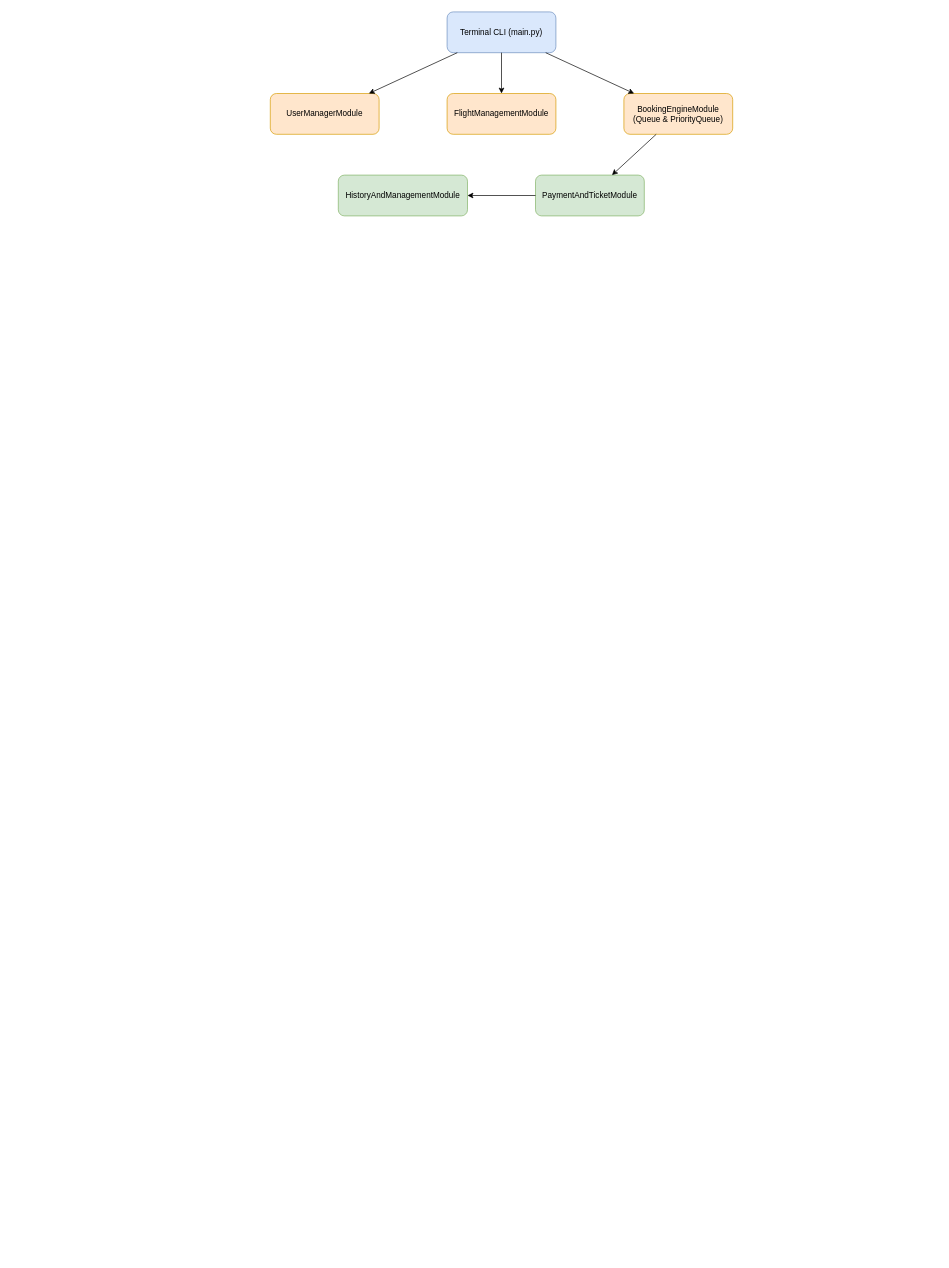
Before: pipeline.drawio in AIVIETNAM-AIO-TranNam/Flight_Booking_DSA, a draw.io diagram. Source tidied: cells renumbered, new cells numbered last; positions are measured from the earlier drawing's top-left corner, leaving out a move shared by most shapes. Both pictures are drawn from the tidied source at 68%, with x=0, y=0 at pixel (270, 12).
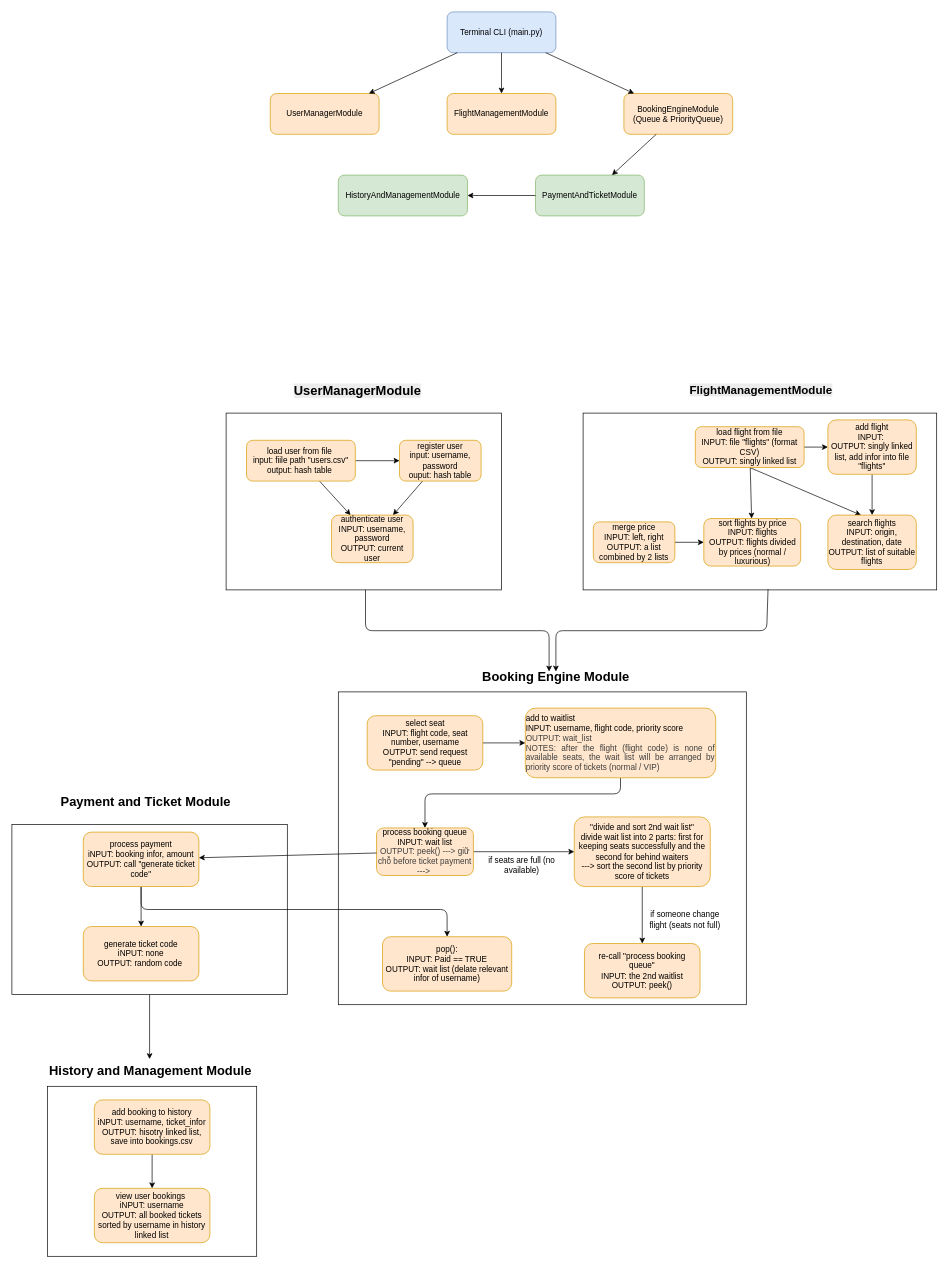
Above is the later version.

The edit, as a diff of the source:
```diff
@@
+    <mxCell id="13" style="whiteSpace=wrap;html=1;" parent="1" vertex="1">
+      <mxGeometry x="-65" y="590" width="405" height="260" as="geometry" />
+    </mxCell>
@@
+    <mxCell id="14" style="edgeStyle=none;html=1;" parent="1" edge="1" source="16" target="18">
+      <mxGeometry relative="1" as="geometry" />
+    </mxCell>
+    <mxCell id="15" style="edgeStyle=none;html=1;" parent="1" edge="1" source="16" target="19">
+      <mxGeometry relative="1" as="geometry" />
+    </mxCell>
+    <mxCell id="16" value="load user from file&amp;nbsp;&lt;br&gt;input: fiile path &quot;&lt;span style=&quot;color: rgb(0, 0, 0);&quot;&gt;users.csv&quot;&lt;/span&gt;&lt;br&gt;output: hash table&amp;nbsp;" style="rounded=1;whiteSpace=wrap;html=1;fillColor=#ffe6cc;strokeColor=#d79b00;" parent="1" vertex="1">
+      <mxGeometry x="-35" y="630" width="160" height="60" as="geometry" />
+    </mxCell>
+    <mxCell id="17" style="edgeStyle=none;html=1;" parent="1" edge="1" source="18" target="19">
+      <mxGeometry relative="1" as="geometry" />
+    </mxCell>
+    <mxCell id="18" value="register user&lt;br&gt;input: username, password&lt;br&gt;ouput: hash table" style="whiteSpace=wrap;html=1;fillColor=#ffe6cc;strokeColor=#d79b00;rounded=1;" parent="1" vertex="1">
+      <mxGeometry x="190" y="630" width="120" height="60" as="geometry" />
+    </mxCell>
+    <mxCell id="19" value="authenticate user&lt;br&gt;INPUT: username, password&lt;br&gt;OUTPUT: current user" style="whiteSpace=wrap;html=1;fillColor=#ffe6cc;strokeColor=#d79b00;rounded=1;" parent="1" vertex="1">
+      <mxGeometry x="90" y="740" width="120" height="70" as="geometry" />
+    </mxCell>
+    <mxCell id="20" value="&lt;span style=&quot;color: rgb(0, 0, 0); font-family: Helvetica; font-size: 19px; font-style: normal; font-variant-ligatures: normal; font-variant-caps: normal; letter-spacing: normal; orphans: 2; text-align: center; text-indent: 0px; text-transform: none; widows: 2; word-spacing: 0px; -webkit-text-stroke-width: 0px; white-space: normal; background-color: rgb(236, 236, 236); text-decoration-thickness: initial; text-decoration-style: initial; text-decoration-color: initial; float: none; display: inline !important;&quot;&gt;UserManagerModule&lt;/span&gt;" style="text;whiteSpace=wrap;html=1;fontSize=19;fontStyle=1;" parent="1" vertex="1">
+      <mxGeometry x="32.5" y="540" width="150" height="40" as="geometry" />
+    </mxCell>
+    <mxCell id="21" style="whiteSpace=wrap;html=1;" parent="1" vertex="1">
+      <mxGeometry x="460" y="590" width="520" height="260" as="geometry" />
+    </mxCell>
+    <mxCell id="22" style="edgeStyle=none;html=1;" parent="1" edge="1" source="25" target="27">
+      <mxGeometry relative="1" as="geometry" />
+    </mxCell>
+    <mxCell id="23" style="edgeStyle=none;html=1;entryX=0.374;entryY=0;entryDx=0;entryDy=0;entryPerimeter=0;exitX=0.5;exitY=1;exitDx=0;exitDy=0;" parent="1" edge="1" source="25" target="28">
+      <mxGeometry relative="1" as="geometry" />
+    </mxCell>
+    <mxCell id="24" style="edgeStyle=none;html=1;" parent="1" edge="1" source="25" target="30">
+      <mxGeometry relative="1" as="geometry" />
+    </mxCell>
+    <mxCell id="25" value="load flight from file&lt;br&gt;INPUT: file &quot;flights&quot; (format CSV)&lt;br&gt;OUTPUT: singly linked list" style="rounded=1;whiteSpace=wrap;html=1;fillColor=#ffe6cc;strokeColor=#d79b00;" parent="1" vertex="1">
+      <mxGeometry x="625" y="610" width="160" height="60" as="geometry" />
+    </mxCell>
+    <mxCell id="26" style="edgeStyle=none;html=1;" parent="1" edge="1" source="27" target="28">
+      <mxGeometry relative="1" as="geometry" />
+    </mxCell>
+    <mxCell id="27" value="add flight&lt;br&gt;INPUT:&amp;nbsp;&lt;br&gt;OUTPUT: singly linked list, add infor into file &quot;flights&quot;" style="whiteSpace=wrap;html=1;fillColor=#ffe6cc;strokeColor=#d79b00;rounded=1;" parent="1" vertex="1">
+      <mxGeometry x="820" y="600" width="130" height="80" as="geometry" />
+    </mxCell>
+    <mxCell id="28" value="search flights&lt;br&gt;INPUT: origin, destination, date&lt;br&gt;OUTPUT: list of suitable flights" style="whiteSpace=wrap;html=1;fillColor=#ffe6cc;strokeColor=#d79b00;rounded=1;" parent="1" vertex="1">
+      <mxGeometry x="820" y="740" width="130" height="80" as="geometry" />
+    </mxCell>
+    <mxCell id="29" value="&lt;span style=&quot;color: rgb(0, 0, 0); font-family: Helvetica; font-size: 17px; font-style: normal; font-variant-ligatures: normal; font-variant-caps: normal; letter-spacing: normal; orphans: 2; text-align: center; text-indent: 0px; text-transform: none; widows: 2; word-spacing: 0px; -webkit-text-stroke-width: 0px; white-space: normal; background-color: rgb(236, 236, 236); text-decoration-thickness: initial; text-decoration-style: initial; text-decoration-color: initial; float: none; display: inline !important;&quot;&gt;FlightManagementModule&lt;/span&gt;" style="text;whiteSpace=wrap;html=1;fontSize=17;fontStyle=1;" parent="1" vertex="1">
+      <mxGeometry x="615" y="540" width="170" height="40" as="geometry" />
+    </mxCell>
+    <mxCell id="30" value="sort flights by price&lt;br&gt;INPUT: flights&lt;div&gt;OUTPUT: flights divided by prices (normal / luxurious)&lt;/div&gt;" style="whiteSpace=wrap;html=1;fillColor=#ffe6cc;strokeColor=#d79b00;rounded=1;" parent="1" vertex="1">
+      <mxGeometry x="637.5" y="745" width="142.5" height="70" as="geometry" />
+    </mxCell>
+    <mxCell id="31" style="edgeStyle=none;html=1;" parent="1" edge="1" source="32" target="30">
+      <mxGeometry relative="1" as="geometry" />
+    </mxCell>
+    <mxCell id="32" value="merge price&lt;br&gt;INPUT: left, right&lt;div&gt;OUTPUT: a list combined by 2 lists&lt;/div&gt;" style="whiteSpace=wrap;html=1;fillColor=#ffe6cc;strokeColor=#d79b00;rounded=1;" parent="1" vertex="1">
+      <mxGeometry x="475" y="750" width="120" height="60" as="geometry" />
+    </mxCell>
+    <mxCell id="33" style="whiteSpace=wrap;html=1;" parent="1" vertex="1">
+      <mxGeometry x="100" y="1000" width="600" height="460" as="geometry" />
+    </mxCell>
+    <mxCell id="34" style="edgeStyle=none;html=1;" parent="1" edge="1" source="35" target="37">
+      <mxGeometry relative="1" as="geometry" />
+    </mxCell>
+    <mxCell id="35" value="select seat&lt;br&gt;INPUT: flight code, seat number, username&lt;div&gt;OUTPUT: send request &quot;pending&quot; --&amp;gt; queue&lt;/div&gt;" style="rounded=1;whiteSpace=wrap;html=1;fillColor=#ffe6cc;strokeColor=#d79b00;" parent="1" vertex="1">
+      <mxGeometry x="142.5" y="1035" width="170" height="80" as="geometry" />
+    </mxCell>
+    <mxCell id="36" style="edgeStyle=none;html=1;entryX=0.5;entryY=0;entryDx=0;entryDy=0;exitX=0.5;exitY=1;exitDx=0;exitDy=0;" parent="1" edge="1" source="37" target="39">
+      <mxGeometry x="0.02" relative="1" as="geometry">
+        <Array as="points">
+          <mxPoint x="515" y="1150" />
+          <mxPoint x="227.5" y="1150" />
+        </Array>
+      </mxGeometry>
+    </mxCell>
+    <mxCell id="37" value="&lt;div style=&quot;text-align: justify;&quot;&gt;&lt;span style=&quot;color: rgb(0, 0, 0);&quot;&gt;add to waitlist&lt;/span&gt;&lt;/div&gt;&lt;span style=&quot;color: rgb(0, 0, 0);&quot;&gt;&lt;div style=&quot;text-align: justify;&quot;&gt;&lt;span style=&quot;background-color: transparent;&quot;&gt;INPUT: username, flight code, priority score&lt;/span&gt;&lt;/div&gt;&lt;/span&gt;&lt;div style=&quot;text-align: justify; color: rgb(63, 63, 63); scrollbar-color: rgba(121, 121, 121, 0.4) rgb(30, 30, 30);&quot;&gt;OUTPUT: wait_list&lt;/div&gt;&lt;div style=&quot;text-align: justify; color: rgb(63, 63, 63); scrollbar-color: rgba(121, 121, 121, 0.4) rgb(30, 30, 30);&quot;&gt;NOTES: after the flight (flight code) is none of available seats, the wait list will be arranged by priority score of tickets (normal / VIP)&lt;/div&gt;" style="whiteSpace=wrap;html=1;fillColor=#ffe6cc;strokeColor=#d79b00;rounded=1;" parent="1" vertex="1">
+      <mxGeometry x="375" y="1023.8" width="280" height="102.5" as="geometry" />
+    </mxCell>
+    <mxCell id="38" style="edgeStyle=none;html=1;" parent="1" edge="1" source="39" target="44">
+      <mxGeometry relative="1" as="geometry" />
+    </mxCell>
+    <mxCell id="39" value="&lt;div&gt;&lt;span style=&quot;color: rgb(0, 0, 0);&quot;&gt;process booking queue&lt;/span&gt;&lt;/div&gt;&lt;span style=&quot;color: rgb(0, 0, 0);&quot;&gt;INPUT: wait list&lt;/span&gt;&lt;div style=&quot;color: rgb(63, 63, 63); scrollbar-color: rgba(121, 121, 121, 0.4) rgb(30, 30, 30);&quot;&gt;OUTPUT: peek() ---&amp;gt; giữ chỗ before ticket payment ---&amp;gt;&amp;nbsp;&lt;/div&gt;" style="whiteSpace=wrap;html=1;fillColor=#ffe6cc;strokeColor=#d79b00;rounded=1;" parent="1" vertex="1">
+      <mxGeometry x="156.2" y="1200" width="142.5" height="70" as="geometry" />
+    </mxCell>
+    <mxCell id="40" value="&lt;div style=&quot;text-align: center;&quot;&gt;&lt;span style=&quot;background-color: transparent;&quot;&gt;Booking Engine Module&lt;/span&gt;&lt;/div&gt;" style="text;whiteSpace=wrap;html=1;fontSize=19;fontStyle=1;fillColor=none;" parent="1" vertex="1">
+      <mxGeometry x="310" y="960" width="220" height="40" as="geometry" />
+    </mxCell>
+    <mxCell id="41" style="edgeStyle=none;html=1;exitX=0.432;exitY=1;exitDx=0;exitDy=0;exitPerimeter=0;" parent="1" edge="1">
+      <mxGeometry x="-0.74" relative="1" as="geometry">
+        <mxPoint x="140" y="850" as="sourcePoint" />
+        <mxPoint x="410" y="970" as="targetPoint" />
+        <Array as="points">
+          <mxPoint x="140" y="910" />
+          <mxPoint x="410" y="910" />
+        </Array>
+      </mxGeometry>
+    </mxCell>
+    <mxCell id="42" style="edgeStyle=none;html=1;exitX=0.523;exitY=0.996;exitDx=0;exitDy=0;exitPerimeter=0;" parent="1" edge="1" source="21">
+      <mxGeometry x="-0.74" relative="1" as="geometry">
+        <mxPoint x="420" y="970" as="targetPoint" />
+        <Array as="points">
+          <mxPoint x="730" y="910" />
+          <mxPoint x="420" y="910" />
+        </Array>
+      </mxGeometry>
+    </mxCell>
+    <mxCell id="43" style="edgeStyle=none;html=1;" parent="1" edge="1" source="44" target="46">
+      <mxGeometry relative="1" as="geometry" />
+    </mxCell>
+    <mxCell id="44" value="&lt;div&gt;&quot;divide and sort 2nd wait list&quot;&lt;/div&gt;divide wait list into 2 parts: first for keeping seats successfully and the second for behind waiters&lt;div&gt;---&amp;gt; sort the second list by priority score of tickets&lt;/div&gt;" style="whiteSpace=wrap;html=1;fillColor=#ffe6cc;strokeColor=#d79b00;rounded=1;" parent="1" vertex="1">
+      <mxGeometry x="447" y="1183.8" width="200" height="102.5" as="geometry" />
+    </mxCell>
+    <mxCell id="45" value="if seats are full (no available)" style="text;html=1;whiteSpace=wrap;strokeColor=none;fillColor=none;align=center;verticalAlign=middle;rounded=0;" parent="1" vertex="1">
+      <mxGeometry x="310" y="1240" width="120" height="30" as="geometry" />
+    </mxCell>
+    <mxCell id="46" value="re-call &quot;process booking queue&quot;&lt;br&gt;INPUT: the 2nd waitlist&lt;div&gt;OUTPUT: peek()&lt;/div&gt;" style="whiteSpace=wrap;html=1;fillColor=#ffe6cc;strokeColor=#d79b00;rounded=1;" parent="1" vertex="1">
+      <mxGeometry x="462" y="1370" width="170" height="80" as="geometry" />
+    </mxCell>
+    <mxCell id="47" value="if someone change flight (seats not full)" style="text;html=1;whiteSpace=wrap;strokeColor=none;fillColor=none;align=center;verticalAlign=middle;rounded=0;" parent="1" vertex="1">
+      <mxGeometry x="550" y="1320" width="120" height="30" as="geometry" />
+    </mxCell>
+    <mxCell id="48" style="edgeStyle=none;html=1;" parent="1" edge="1" source="49" target="61">
+      <mxGeometry relative="1" as="geometry" />
+    </mxCell>
+    <mxCell id="49" style="whiteSpace=wrap;html=1;" parent="1" vertex="1">
+      <mxGeometry x="-380" y="1195" width="405" height="250" as="geometry" />
+    </mxCell>
+    <mxCell id="50" value="&lt;div style=&quot;text-align: center;&quot;&gt;&lt;span style=&quot;background-color: transparent; font-size: 19px;&quot;&gt;&lt;b&gt;Payment and Ticket Module&lt;/b&gt;&lt;/span&gt;&lt;/div&gt;" style="text;whiteSpace=wrap;html=1;" parent="1" vertex="1">
+      <mxGeometry x="-310" y="1145" width="300" height="50" as="geometry" />
+    </mxCell>
+    <mxCell id="51" value="&lt;div&gt;generate ticket code&lt;/div&gt;iNPUT: none&lt;br&gt;OUTPUT: random code&amp;nbsp;" style="rounded=1;whiteSpace=wrap;html=1;fillColor=#ffe6cc;strokeColor=#d79b00;" parent="1" vertex="1">
+      <mxGeometry x="-275" y="1345" width="170" height="80" as="geometry" />
+    </mxCell>
+    <mxCell id="52" style="edgeStyle=none;html=1;" parent="1" edge="1" source="54" target="51">
+      <mxGeometry relative="1" as="geometry" />
+    </mxCell>
+    <mxCell id="53" style="edgeStyle=none;html=1;exitX=0.5;exitY=1;exitDx=0;exitDy=0;" parent="1" edge="1" source="54" target="56">
+      <mxGeometry relative="1" as="geometry">
+        <Array as="points">
+          <mxPoint x="-190" y="1320" />
+          <mxPoint x="260" y="1320" />
+        </Array>
+      </mxGeometry>
+    </mxCell>
+    <mxCell id="54" value="&lt;div&gt;process payment&lt;/div&gt;iNPUT: booking infor, amount&lt;br&gt;OUTPUT: call &quot;generate ticket code&quot;" style="rounded=1;whiteSpace=wrap;html=1;fillColor=#ffe6cc;strokeColor=#d79b00;" parent="1" vertex="1">
+      <mxGeometry x="-275" y="1206.2" width="170" height="80" as="geometry" />
+    </mxCell>
+    <mxCell id="55" style="edgeStyle=none;html=1;" parent="1" edge="1" source="39" target="54">
+      <mxGeometry relative="1" as="geometry" />
+    </mxCell>
+    <mxCell id="56" value="pop():&lt;div&gt;INPUT: Paid == TRUE&lt;/div&gt;&lt;div&gt;OUTPUT: wait list (delate relevant infor of username)&lt;/div&gt;" style="whiteSpace=wrap;html=1;fillColor=#ffe6cc;strokeColor=#d79b00;rounded=1;" parent="1" vertex="1">
+      <mxGeometry x="165" y="1360" width="190" height="80" as="geometry" />
+    </mxCell>
+    <mxCell id="57" style="whiteSpace=wrap;html=1;" parent="1" vertex="1">
+      <mxGeometry x="-327.5" y="1580" width="307.5" height="250" as="geometry" />
+    </mxCell>
+    <mxCell id="58" value="&lt;div&gt;view user bookings&amp;nbsp;&lt;/div&gt;iNPUT: username&lt;br&gt;OUTPUT: all booked tickets sorted by username in history linked list" style="rounded=1;whiteSpace=wrap;html=1;fillColor=#ffe6cc;strokeColor=#d79b00;" parent="1" vertex="1">
+      <mxGeometry x="-258.8" y="1730" width="170" height="80" as="geometry" />
+    </mxCell>
+    <mxCell id="59" style="edgeStyle=none;html=1;" parent="1" edge="1" source="60" target="58">
+      <mxGeometry relative="1" as="geometry" />
+    </mxCell>
+    <mxCell id="60" value="&lt;div&gt;add booking to history&lt;/div&gt;iNPUT: username, ticket_infor&lt;br&gt;OUTPUT: hisotry linked list, save into bookings.csv" style="rounded=1;whiteSpace=wrap;html=1;fillColor=#ffe6cc;strokeColor=#d79b00;" parent="1" vertex="1">
+      <mxGeometry x="-258.8" y="1600" width="170" height="80" as="geometry" />
+    </mxCell>
+    <mxCell id="61" value="&lt;div style=&quot;text-align: center;&quot;&gt;&lt;span style=&quot;font-size: 19px;&quot;&gt;&lt;b&gt;History and Management Module&lt;/b&gt;&lt;/span&gt;&lt;/div&gt;" style="text;whiteSpace=wrap;html=1;" parent="1" vertex="1">
+      <mxGeometry x="-327.5" y="1540" width="300" height="50" as="geometry" />
+    </mxCell>
```
